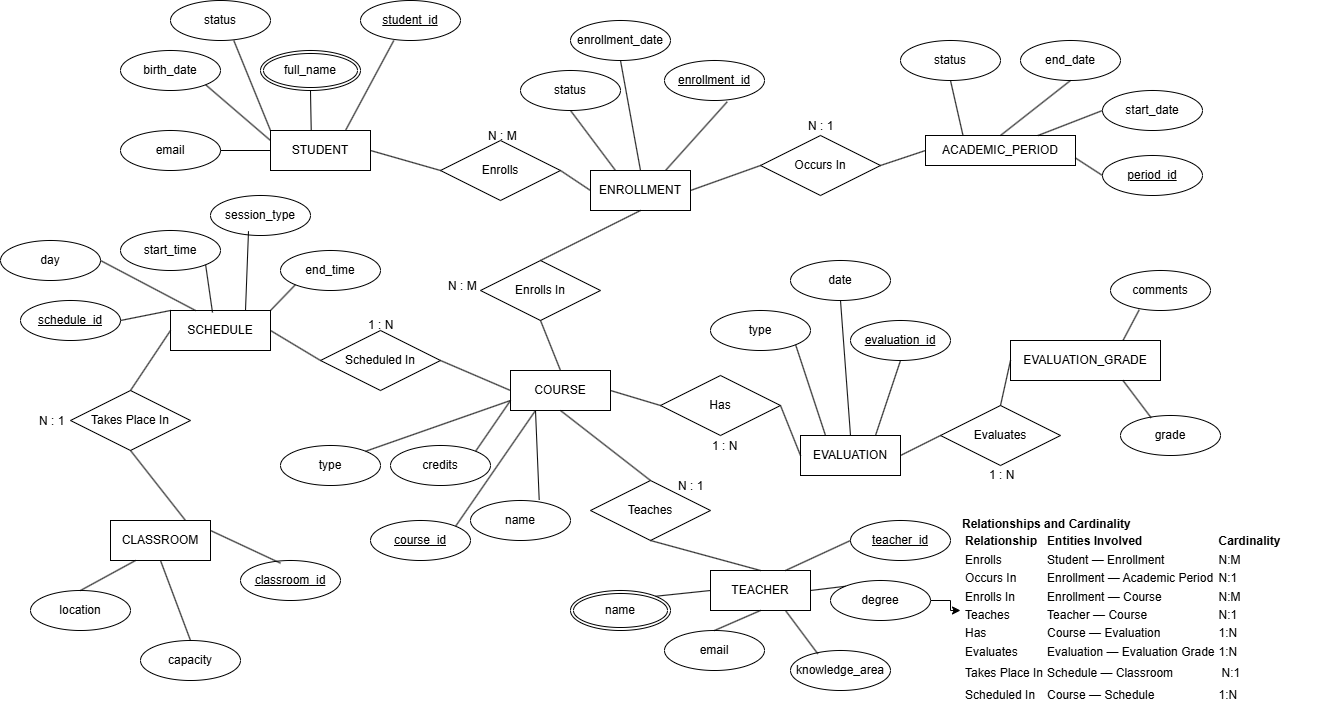
Before: academic-management/docs/ERD_academic_management.png, a diagram exported from draw.io (JsLealM/academic-management-system). Source tidied: cells renumbered, new cells last; positions are measured from the earlier drawing's top-left corner, leaving out a move shared by most shapes.
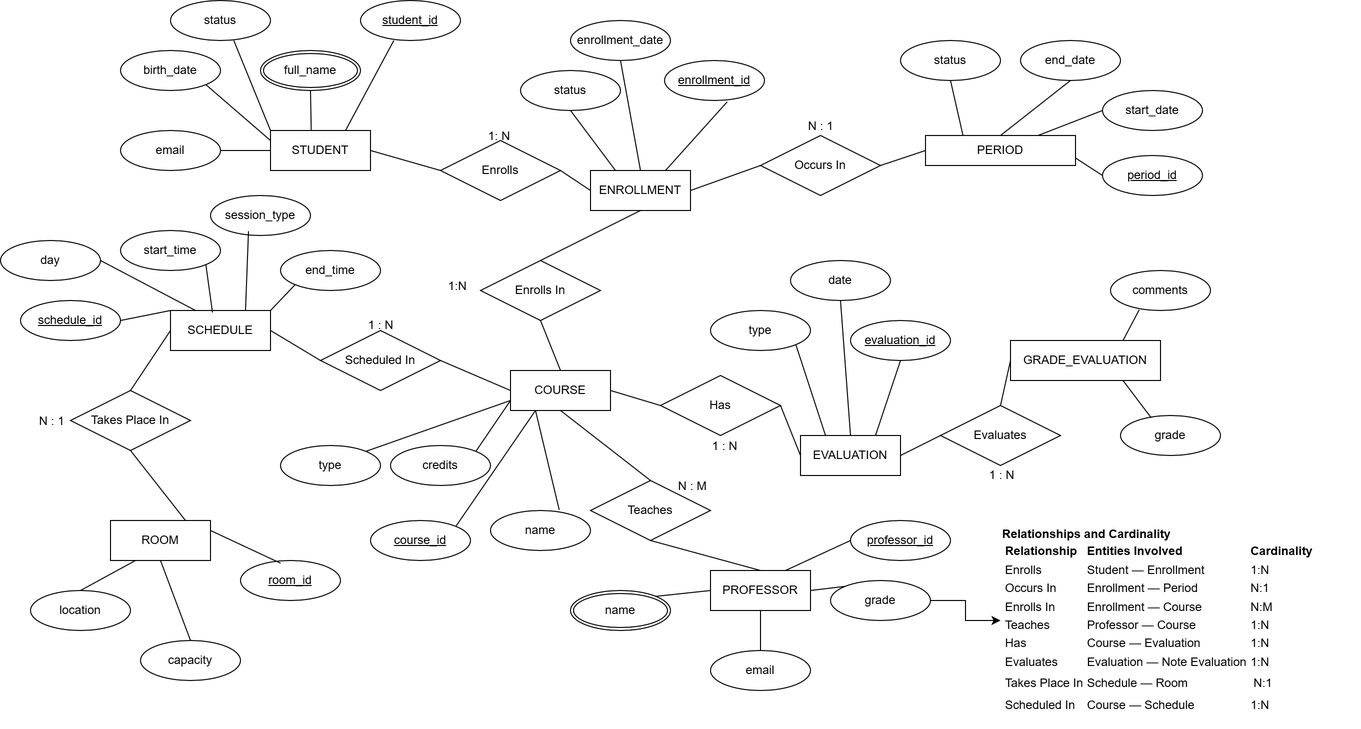
After the change.

The edit, as a diff of the source:
```diff
@@ -2,13 +2,13 @@
   <root>
     <mxCell id="0" />
     <mxCell id="1" parent="0" />
-    <mxCell id="2" value="EVALUATION_GRADE" style="whiteSpace=wrap;html=1;align=center;" parent="1" vertex="1">
+    <mxCell id="2" value="GRADE_EVALUATION" style="whiteSpace=wrap;html=1;align=center;" parent="1" vertex="1">
       <mxGeometry x="1010" y="340" width="150" height="40" as="geometry" />
     </mxCell>
     <mxCell id="3" value="EVALUATION" style="whiteSpace=wrap;html=1;align=center;" parent="1" vertex="1">
       <mxGeometry x="800" y="435" width="100" height="40" as="geometry" />
     </mxCell>
-    <mxCell id="4" value="&lt;span&gt;TEACHER&lt;/span&gt;" style="whiteSpace=wrap;html=1;align=center;" parent="1" vertex="1">
+    <mxCell id="4" value="&lt;span&gt;PROFESSOR&lt;/span&gt;" style="whiteSpace=wrap;html=1;align=center;" parent="1" vertex="1">
       <mxGeometry x="710" y="570" width="100" height="40" as="geometry" />
     </mxCell>
     <mxCell id="5" value="&lt;span&gt;ENROLLMENT&lt;/span&gt;" style="whiteSpace=wrap;html=1;align=center;" parent="1" vertex="1">
@@ -23,10 +23,10 @@
     <mxCell id="8" value="SCHEDULE" style="whiteSpace=wrap;html=1;align=center;" parent="1" vertex="1">
       <mxGeometry x="170" y="310" width="100" height="40" as="geometry" />
     </mxCell>
-    <mxCell id="9" value="CLASSROOM" style="whiteSpace=wrap;html=1;align=center;" parent="1" vertex="1">
+    <mxCell id="9" value="ROOM" style="whiteSpace=wrap;html=1;align=center;" parent="1" vertex="1">
       <mxGeometry x="110" y="520" width="100" height="40" as="geometry" />
     </mxCell>
-    <mxCell id="10" value="ACADEMIC_PERIOD" style="whiteSpace=wrap;html=1;align=center;" parent="1" vertex="1">
+    <mxCell id="10" value="PERIOD" style="whiteSpace=wrap;html=1;align=center;" parent="1" vertex="1">
       <mxGeometry x="925" y="135" width="150" height="30" as="geometry" />
     </mxCell>
     <mxCell id="11" value="&lt;span style=&quot;text-align: left;&quot;&gt;Has&lt;/span&gt;" style="shape=rhombus;perimeter=rhombusPerimeter;whiteSpace=wrap;html=1;align=center;" parent="1" vertex="1">
@@ -167,21 +167,18 @@
     <mxCell id="56" style="endArrow=none;html=1;rounded=0;entryX=0;entryY=0.5;entryDx=0;entryDy=0;exitX=1;exitY=0.5;exitDx=0;exitDy=0;" parent="1" edge="1" source="48" target="7">
       <mxGeometry relative="1" as="geometry" />
     </mxCell>
-    <mxCell id="57" value="teacher_id" style="ellipse;whiteSpace=wrap;html=1;align=center;fontStyle=4;" parent="1" vertex="1">
+    <mxCell id="57" value="professor_id" style="ellipse;whiteSpace=wrap;html=1;align=center;fontStyle=4;" parent="1" vertex="1">
       <mxGeometry x="850" y="520" width="100" height="40" as="geometry" />
     </mxCell>
     <mxCell id="58" value="email" style="ellipse;whiteSpace=wrap;html=1;align=center;" parent="1" vertex="1">
-      <mxGeometry x="664" y="630" width="100" height="40" as="geometry" />
+      <mxGeometry x="710" y="650" width="100" height="40" as="geometry" />
     </mxCell>
     <mxCell id="59" style="edgeStyle=orthogonalEdgeStyle;rounded=0;jettySize=auto;html=1;" parent="1" edge="1" source="60" target="132">
       <mxGeometry relative="1" as="geometry" />
     </mxCell>
-    <mxCell id="60" value="degree" style="ellipse;whiteSpace=wrap;html=1;align=center;" parent="1" vertex="1">
+    <mxCell id="60" value="grade" style="ellipse;whiteSpace=wrap;html=1;align=center;" parent="1" vertex="1">
       <mxGeometry x="830" y="580" width="100" height="40" as="geometry" />
     </mxCell>
-    <mxCell id="61" value="knowledge_area" style="ellipse;whiteSpace=wrap;html=1;align=center;" parent="1" vertex="1">
-      <mxGeometry x="790" y="650" width="100" height="40" as="geometry" />
-    </mxCell>
     <mxCell id="62" value="name" style="ellipse;shape=doubleEllipse;margin=3;whiteSpace=wrap;html=1;align=center;" parent="1" vertex="1">
       <mxGeometry x="570" y="590" width="100" height="40" as="geometry" />
     </mxCell>
@@ -191,9 +188,6 @@
     <mxCell id="64" style="endArrow=none;html=1;rounded=0;entryX=0;entryY=0;entryDx=0;entryDy=0;exitX=1;exitY=0.5;exitDx=0;exitDy=0;" parent="1" edge="1" source="4" target="60">
       <mxGeometry relative="1" as="geometry" />
     </mxCell>
-    <mxCell id="65" style="endArrow=none;html=1;rounded=0;entryX=0.273;entryY=0.083;entryDx=0;entryDy=0;entryPerimeter=0;exitX=0.75;exitY=1;exitDx=0;exitDy=0;" parent="1" edge="1" source="4" target="61">
-      <mxGeometry relative="1" as="geometry" />
-    </mxCell>
     <mxCell id="66" style="endArrow=none;html=1;rounded=0;entryX=0.5;entryY=0;entryDx=0;entryDy=0;exitX=0.5;exitY=1;exitDx=0;exitDy=0;" parent="1" edge="1" source="4" target="58">
       <mxGeometry relative="1" as="geometry" />
     </mxCell>
@@ -201,7 +195,7 @@
       <mxGeometry relative="1" as="geometry" />
     </mxCell>
     <mxCell id="68" value="name" style="ellipse;whiteSpace=wrap;html=1;align=center;" parent="1" vertex="1">
-      <mxGeometry x="470" y="500" width="100" height="40" as="geometry" />
+      <mxGeometry x="490" y="510" width="100" height="40" as="geometry" />
     </mxCell>
     <mxCell id="69" value="type" style="ellipse;whiteSpace=wrap;html=1;align=center;" parent="1" vertex="1">
       <mxGeometry x="280" y="445" width="100" height="40" as="geometry" />
@@ -293,7 +287,7 @@
     <mxCell id="98" style="endArrow=none;html=1;rounded=0;entryX=1;entryY=0;entryDx=0;entryDy=0;exitX=0;exitY=1;exitDx=0;exitDy=0;" parent="1" edge="1" source="92" target="8">
       <mxGeometry relative="1" as="geometry" />
     </mxCell>
-    <mxCell id="99" value="classroom_id" style="ellipse;whiteSpace=wrap;html=1;align=center;fontStyle=4;" parent="1" vertex="1">
+    <mxCell id="99" value="room_id" style="ellipse;whiteSpace=wrap;html=1;align=center;fontStyle=4;" parent="1" vertex="1">
       <mxGeometry x="240" y="560" width="100" height="40" as="geometry" />
     </mxCell>
     <mxCell id="100" value="capacity" style="ellipse;whiteSpace=wrap;html=1;align=center;" parent="1" vertex="1">
@@ -320,7 +314,7 @@
     <mxCell id="107" style="shape=partialRectangle;fillColor=none;top=0;left=0;bottom=0;right=0;overflow=hidden;" parent="106" vertex="1">
       <mxGeometry width="30" height="30" as="geometry" />
     </mxCell>
-    <mxCell id="108" value="N : M" style="shape=partialRectangle;fillColor=none;top=0;left=0;bottom=0;right=0;align=left;spacingLeft=6;overflow=hidden;" parent="106" vertex="1">
+    <mxCell id="108" value="1: N" style="shape=partialRectangle;fillColor=none;top=0;left=0;bottom=0;right=0;align=left;spacingLeft=6;overflow=hidden;" parent="106" vertex="1">
       <mxGeometry x="30" width="40" height="30" as="geometry" />
     </mxCell>
     <mxCell id="109" style="shape=table;startSize=0;rowLines=0;fontStyle=0;align=center;strokeColor=none;fillColor=none;whiteSpace=wrap;html=1;" parent="1" vertex="1">
@@ -332,7 +326,7 @@
     <mxCell id="111" style="shape=partialRectangle;fillColor=none;top=0;left=0;bottom=0;right=0;overflow=hidden;" parent="110" vertex="1">
       <mxGeometry width="30" height="30" as="geometry" />
     </mxCell>
-    <mxCell id="112" value="N : M" style="shape=partialRectangle;fillColor=none;top=0;left=0;bottom=0;right=0;align=left;spacingLeft=6;overflow=hidden;" parent="110" vertex="1">
+    <mxCell id="112" value="1:N" style="shape=partialRectangle;fillColor=none;top=0;left=0;bottom=0;right=0;align=left;spacingLeft=6;overflow=hidden;" parent="110" vertex="1">
       <mxGeometry x="30" width="40" height="30" as="geometry" />
     </mxCell>
     <mxCell id="113" style="shape=table;startSize=0;rowLines=0;fontStyle=0;align=center;strokeColor=none;fillColor=none;whiteSpace=wrap;html=1;" parent="1" vertex="1">
@@ -344,7 +338,7 @@
     <mxCell id="115" style="shape=partialRectangle;fillColor=none;top=0;left=0;bottom=0;right=0;overflow=hidden;" parent="114" vertex="1">
       <mxGeometry width="30" height="30" as="geometry" />
     </mxCell>
-    <mxCell id="116" value="N : 1" style="shape=partialRectangle;fillColor=none;top=0;left=0;bottom=0;right=0;align=left;spacingLeft=6;overflow=hidden;" parent="114" vertex="1">
+    <mxCell id="116" value="N : M" style="shape=partialRectangle;fillColor=none;top=0;left=0;bottom=0;right=0;align=left;spacingLeft=6;overflow=hidden;" parent="114" vertex="1">
       <mxGeometry x="30" width="40" height="30" as="geometry" />
     </mxCell>
     <mxCell id="117" style="shape=tableRow;horizontal=0;startSize=0;swimlaneHead=0;swimlaneBody=0;fillColor=none;top=0;left=0;right=0;bottom=0;" parent="1" vertex="1">
@@ -392,8 +386,8 @@
     <mxCell id="131" value="1 : N" style="shape=partialRectangle;fillColor=none;top=0;left=0;bottom=0;right=0;align=left;spacingLeft=6;overflow=hidden;" parent="129" vertex="1">
       <mxGeometry x="30" width="40" height="30" as="geometry" />
     </mxCell>
-    <mxCell id="132" value="&lt;b&gt;Relationships and Cardinality&lt;/b&gt;&lt;br&gt;&lt;table&gt;&lt;thead&gt;&lt;tr&gt;&lt;th&gt;&lt;strong&gt;Relationship&lt;/strong&gt;&lt;/th&gt;&lt;th&gt;&lt;strong&gt;Entities Involved&lt;/strong&gt;&lt;/th&gt;&lt;th&gt;&lt;strong&gt;Cardinality&lt;/strong&gt;&lt;/th&gt;&lt;/tr&gt;&lt;/thead&gt;&lt;tbody&gt;&lt;tr&gt;&lt;td&gt;Enrolls&lt;/td&gt;&lt;td&gt;Student — Enrollment&lt;/td&gt;&lt;td&gt;N:M&lt;/td&gt;&lt;/tr&gt;&lt;tr&gt;&lt;td&gt;Occurs In&lt;/td&gt;&lt;td&gt;Enrollment — Academic Period&lt;/td&gt;&lt;td&gt;N:1&lt;/td&gt;&lt;/tr&gt;&lt;tr&gt;&lt;td&gt;Enrolls In&lt;/td&gt;&lt;td&gt;Enrollment — Course&lt;/td&gt;&lt;td&gt;N:M&lt;/td&gt;&lt;/tr&gt;&lt;tr&gt;&lt;td&gt;Teaches&lt;/td&gt;&lt;td&gt;Teacher — Course&lt;/td&gt;&lt;td&gt;N:1&lt;/td&gt;&lt;/tr&gt;&lt;tr&gt;&lt;td&gt;Has&lt;/td&gt;&lt;td&gt;Course — Evaluation&lt;/td&gt;&lt;td&gt;1:N&lt;/td&gt;&lt;/tr&gt;&lt;tr&gt;&lt;td&gt;Evaluates&lt;/td&gt;&lt;td&gt;Evaluation — Evaluation Grade&lt;/td&gt;&lt;td&gt;1:N&lt;/td&gt;&lt;/tr&gt;&lt;tr&gt;&lt;td&gt;Takes Place In&lt;/td&gt;&lt;td&gt;Schedule — Classroom&lt;/td&gt;&lt;td&gt;&lt;table&gt;&lt;tbody&gt;&lt;tr&gt;&lt;td&gt;N:1&lt;/td&gt;&lt;/tr&gt;&lt;/tbody&gt;&lt;/table&gt;&lt;/td&gt;&lt;/tr&gt;&lt;tr&gt;&lt;td&gt;Scheduled In&lt;/td&gt;&lt;td&gt;Course — Schedule&lt;/td&gt;&lt;td&gt;1:N&lt;/td&gt;&lt;/tr&gt;&lt;tr&gt;&lt;td&gt;&lt;br&gt;&lt;/td&gt;&lt;td&gt;&lt;br&gt;&lt;/td&gt;&lt;td&gt;&lt;br&gt;&lt;/td&gt;&lt;/tr&gt;&lt;/tbody&gt;&lt;/table&gt;" style="text;whiteSpace=wrap;html=1;" parent="1" vertex="1">
-      <mxGeometry x="960" y="510" width="360" height="200" as="geometry" />
+    <mxCell id="132" value="&lt;b&gt;Relationships and Cardinality&lt;/b&gt;&lt;br&gt;&lt;table&gt;&lt;thead&gt;&lt;tr&gt;&lt;th&gt;&lt;strong&gt;Relationship&lt;/strong&gt;&lt;/th&gt;&lt;th&gt;&lt;strong&gt;Entities Involved&lt;/strong&gt;&lt;/th&gt;&lt;th&gt;&lt;strong&gt;Cardinality&lt;/strong&gt;&lt;/th&gt;&lt;/tr&gt;&lt;/thead&gt;&lt;tbody&gt;&lt;tr&gt;&lt;td&gt;Enrolls&lt;/td&gt;&lt;td&gt;Student — Enrollment&lt;/td&gt;&lt;td&gt;1:N&lt;/td&gt;&lt;/tr&gt;&lt;tr&gt;&lt;td&gt;Occurs In&lt;/td&gt;&lt;td&gt;Enrollment — Period&lt;/td&gt;&lt;td&gt;N:1&lt;/td&gt;&lt;/tr&gt;&lt;tr&gt;&lt;td&gt;Enrolls In&lt;/td&gt;&lt;td&gt;Enrollment — Course&lt;/td&gt;&lt;td&gt;N:M&lt;/td&gt;&lt;/tr&gt;&lt;tr&gt;&lt;td&gt;Teaches&lt;/td&gt;&lt;td&gt;Professor — Course&lt;/td&gt;&lt;td&gt;1:N&lt;/td&gt;&lt;/tr&gt;&lt;tr&gt;&lt;td&gt;Has&lt;/td&gt;&lt;td&gt;Course — Evaluation&lt;/td&gt;&lt;td&gt;1:N&lt;/td&gt;&lt;/tr&gt;&lt;tr&gt;&lt;td&gt;Evaluates&lt;/td&gt;&lt;td&gt;Evaluation — Note Evaluation&lt;/td&gt;&lt;td&gt;1:N&lt;/td&gt;&lt;/tr&gt;&lt;tr&gt;&lt;td&gt;Takes Place In&lt;/td&gt;&lt;td&gt;Schedule — Room&lt;/td&gt;&lt;td&gt;&lt;table&gt;&lt;tbody&gt;&lt;tr&gt;&lt;td&gt;N:1&lt;/td&gt;&lt;/tr&gt;&lt;/tbody&gt;&lt;/table&gt;&lt;/td&gt;&lt;/tr&gt;&lt;tr&gt;&lt;td&gt;Scheduled In&lt;/td&gt;&lt;td&gt;Course — Schedule&lt;/td&gt;&lt;td&gt;1:N&lt;/td&gt;&lt;/tr&gt;&lt;tr&gt;&lt;td&gt;&lt;br&gt;&lt;/td&gt;&lt;td&gt;&lt;br&gt;&lt;/td&gt;&lt;td&gt;&lt;br&gt;&lt;/td&gt;&lt;/tr&gt;&lt;/tbody&gt;&lt;/table&gt;" style="text;whiteSpace=wrap;html=1;" parent="1" vertex="1">
+      <mxGeometry x="1000" y="520" width="360" height="200" as="geometry" />
     </mxCell>
     <mxCell id="133" style="shape=table;startSize=0;rowLines=0;fontStyle=0;align=center;strokeColor=none;fillColor=none;whiteSpace=wrap;html=1;" parent="1" vertex="1">
       <mxGeometry x="770" y="110" width="70" height="30" as="geometry" />
```
